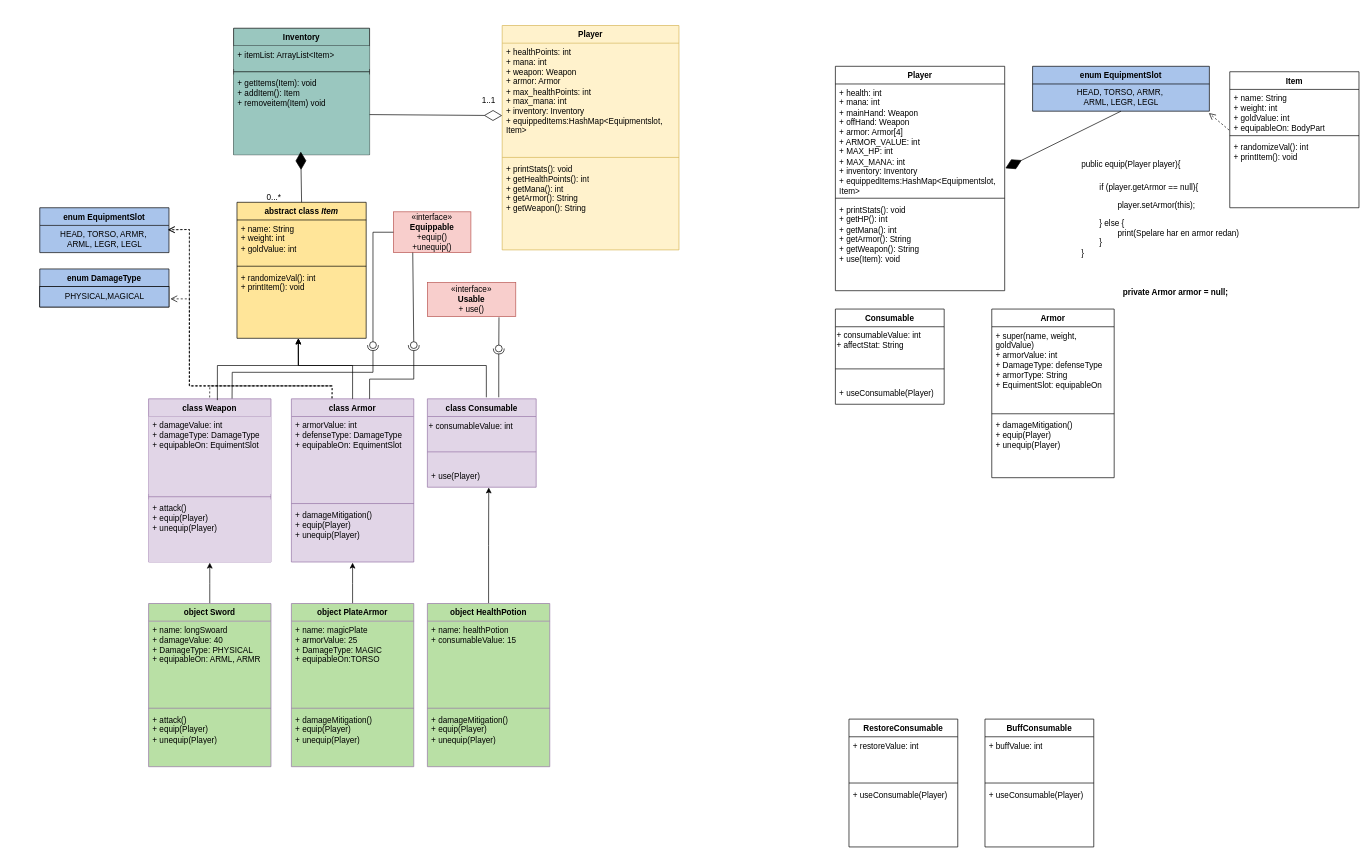
Earlier version of the draw.io diagram .idea/ooad-uml-diagram.drawio (PelleHanspers/ooad-individuell-uppgift-pellehanspers). Source tidied: cells renumbered, new cells numbered last; positions are measured from the earlier drawing's top-left corner, leaving out a move shared by most shapes. Both pictures are drawn from the tidied source at 68%, with x=0, y=0 at pixel (39, 25).
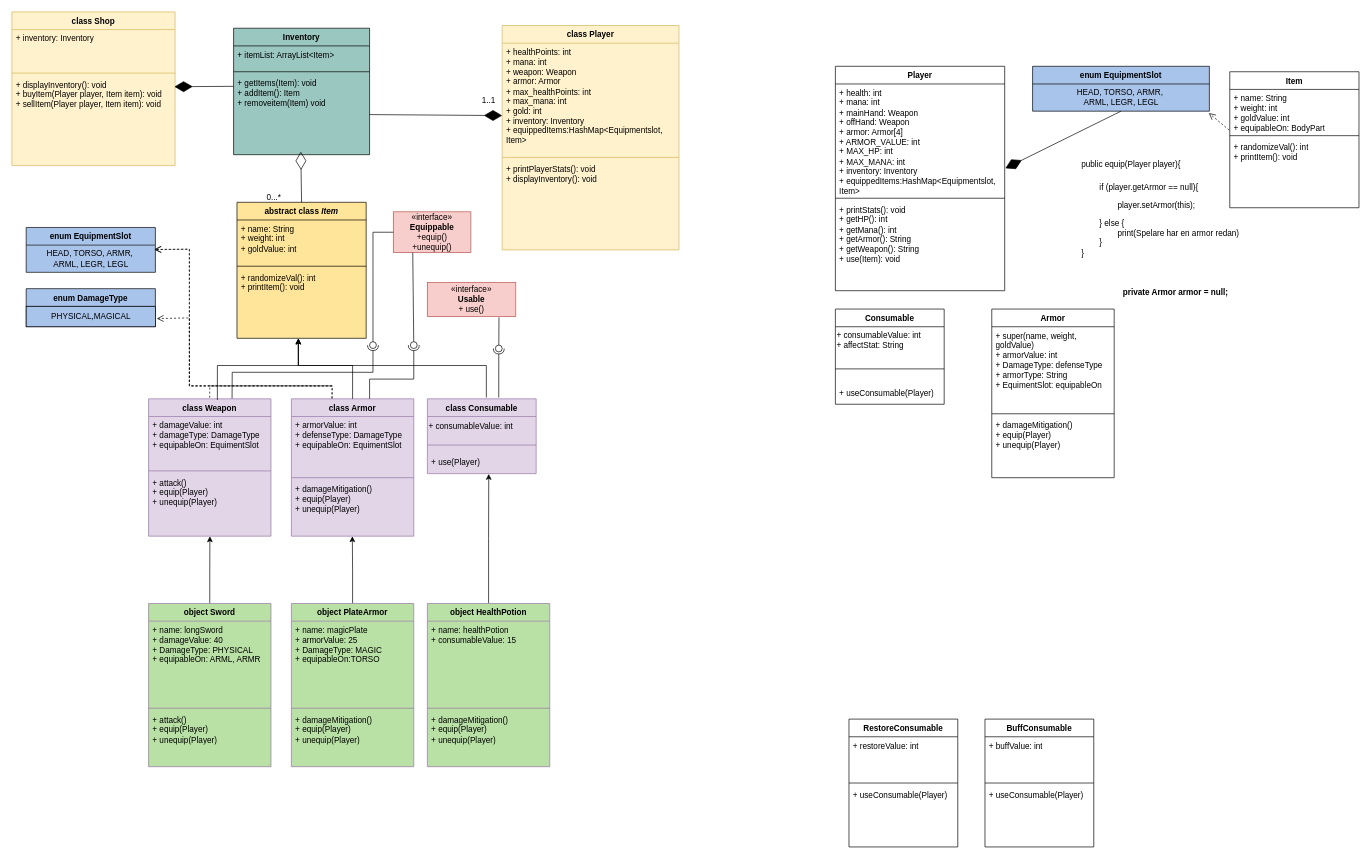
Above is the later version.

The change refers to these unchanged cells:
```xml
<mxCell id="2" value="Inventory" style="swimlane;fontStyle=1;align=center;verticalAlign=top;horizontal=1;startSize=26;whiteSpace=wrap;html=1;fillColor=#9AC7BF;swimlaneFillColor=#9AC7BF;" parent="1" vertex="1">
  <mxGeometry x="285" y="4" width="200" height="186" as="geometry" />
</mxCell>
<mxCell id="6" value="abstract class &lt;i&gt;Item&lt;/i&gt;" style="swimlane;fontStyle=1;align=center;verticalAlign=top;horizontal=1;startSize=26;whiteSpace=wrap;html=1;fillColor=#FFE599;swimlaneFillColor=#FFE599;" parent="1" vertex="1">
  <mxGeometry x="290" y="260" width="190" height="200" as="geometry" />
</mxCell>
<mxCell id="51" value="&lt;div align=&quot;center&quot;&gt;PHYSICAL,MAGICAL&lt;/div&gt;" style="text;html=1;align=center;verticalAlign=middle;points=[];strokeColor=#000000;fillColor=#A9C4EB;" parent="50" vertex="1">
  <mxGeometry y="26" width="190" height="30" as="geometry" />
</mxCell>
<mxCell id="79" value="&lt;div align=&quot;center&quot;&gt;HEAD, TORSO, ARMR,&amp;nbsp;&lt;/div&gt;&lt;div align=&quot;center&quot;&gt;ARML, LEGR, LEGL&lt;/div&gt;" style="text;html=1;align=center;verticalAlign=middle;points=[];strokeColor=none;fillColor=none;" parent="78" vertex="1">
  <mxGeometry y="26" width="190" height="40" as="geometry" />
</mxCell>
<mxCell id="83" value="object Sword " style="swimlane;fontStyle=1;align=center;verticalAlign=top;horizontal=1;startSize=26;whiteSpace=wrap;html=1;fillColor=#B9E0A5;strokeColor=#9673a6;swimlaneFillColor=#B9E0A5;" parent="1" vertex="1">
  <mxGeometry x="160" y="850" width="180" height="240" as="geometry" />
</mxCell>
<mxCell id="88" value="object PlateArmor " style="swimlane;fontStyle=1;align=center;verticalAlign=top;horizontal=1;startSize=26;whiteSpace=wrap;html=1;fillColor=#B9E0A5;strokeColor=#9673a6;swimlaneFillColor=#B9E0A5;" parent="1" vertex="1">
  <mxGeometry x="370" y="850" width="180" height="240" as="geometry" />
</mxCell>
```

What changed in the source:
```diff
@@
-    <mxCell id="3" value="+ itemList: ArrayList&amp;lt;Item&amp;gt;" style="text;strokeColor=none;fillColor=#9AC7BF;align=left;verticalAlign=top;spacingLeft=4;spacingRight=4;overflow=hidden;whiteSpace=wrap;html=1;" parent="2" vertex="1">
+    <mxCell id="3" value="+ itemList: ArrayList&amp;lt;Item&amp;gt;" style="text;strokeColor=none;fillColor=none;align=left;verticalAlign=top;spacingLeft=4;spacingRight=4;overflow=hidden;whiteSpace=wrap;html=1;" parent="2" vertex="1">
       <mxGeometry y="26" width="200" height="34" as="geometry" />
     </mxCell>
@@
-    <mxCell id="5" value="&lt;div&gt;&lt;span style=&quot;background-color: initial; color: rgb(0, 0, 0); --darkreader-inline-bgcolor: initial; --darkreader-inline-color: #e8e6e3;&quot;&gt;+ getItems(Item): void&lt;/span&gt;&lt;br&gt;&lt;/div&gt;&lt;div&gt;+ addItem(): Item&lt;br&gt;&lt;/div&gt;&lt;div&gt;+ removeitem(Item) void&lt;br&gt;&lt;/div&gt;" style="text;strokeColor=none;fillColor=#9AC7BF;align=left;verticalAlign=top;spacingLeft=4;spacingRight=4;overflow=hidden;points=[[0,0.5],[1,0.5]];portConstraint=eastwest;whiteSpace=wrap;html=1;" parent="2" vertex="1">
+    <mxCell id="5" value="&lt;div&gt;&lt;span style=&quot;background-color: initial; color: rgb(0, 0, 0); --darkreader-inline-bgcolor: initial; --darkreader-inline-color: #e8e6e3;&quot;&gt;+ getItems(Item): void&lt;/span&gt;&lt;br&gt;&lt;/div&gt;&lt;div&gt;+ addItem(): Item&lt;br&gt;&lt;/div&gt;&lt;div&gt;+ removeitem(Item) void&lt;br&gt;&lt;/div&gt;" style="text;strokeColor=none;fillColor=none;align=left;verticalAlign=top;spacingLeft=4;spacingRight=4;overflow=hidden;points=[[0,0.5],[1,0.5]];portConstraint=eastwest;whiteSpace=wrap;html=1;" parent="2" vertex="1">
       <mxGeometry y="68" width="200" height="118" as="geometry" />
     </mxCell>
@@
     <mxCell id="10" value="class Armor" style="swimlane;fontStyle=1;align=center;verticalAlign=top;horizontal=1;startSize=26;whiteSpace=wrap;html=1;fillColor=#e1d5e7;strokeColor=#9673a6;swimlaneFillColor=#E1D5E7;" parent="1" vertex="1">
-      <mxGeometry x="370" y="549" width="180" height="240" as="geometry" />
+      <mxGeometry x="370" y="549" width="180" height="202" as="geometry" />
     </mxCell>
     <mxCell id="11" value="&lt;div&gt;+ armorValue: int&lt;/div&gt;&lt;div&gt;+ defenseType: DamageType&lt;/div&gt;&lt;div&gt;+ equipableOn: EquimentSlot&lt;/div&gt;" style="text;strokeColor=none;fillColor=none;align=left;verticalAlign=top;spacingLeft=4;spacingRight=4;overflow=hidden;whiteSpace=wrap;html=1;" parent="10" vertex="1">
-      <mxGeometry y="26" width="180" height="124" as="geometry" />
+      <mxGeometry y="26" width="180" height="86" as="geometry" />
     </mxCell>
     <mxCell id="12" style="line;strokeWidth=1;fillColor=none;align=left;verticalAlign=middle;spacingTop=-1;spacingLeft=3;spacingRight=3;labelPosition=right;strokeColor=#9673A6;" parent="10" vertex="1">
-      <mxGeometry y="150" width="180" height="8" as="geometry" />
+      <mxGeometry y="112" width="180" height="8" as="geometry" />
     </mxCell>
     <mxCell id="13" value="&lt;div&gt;+ damageMitigation()&lt;br&gt;&lt;/div&gt;&lt;div&gt;&lt;div&gt;+ equip(Player)&lt;/div&gt;&lt;div&gt;+ unequip(Player)&lt;/div&gt;&lt;/div&gt;" style="text;strokeColor=none;fillColor=none;align=left;verticalAlign=top;spacingLeft=4;spacingRight=4;overflow=hidden;points=[[0,0.5],[1,0.5]];portConstraint=eastwest;whiteSpace=wrap;html=1;" parent="10" vertex="1">
-      <mxGeometry y="158" width="180" height="82" as="geometry" />
+      <mxGeometry y="120" width="180" height="82" as="geometry" />
     </mxCell>
     <mxCell id="14" value="class Consumable" style="swimlane;fontStyle=1;align=center;verticalAlign=top;horizontal=1;startSize=26;whiteSpace=wrap;html=1;fillColor=#e1d5e7;strokeColor=#9673a6;swimlaneFillColor=#E1D5E7;" parent="1" vertex="1">
-      <mxGeometry x="570" y="549" width="160" height="130" as="geometry" />
+      <mxGeometry x="570" y="549" width="160" height="110" as="geometry" />
     </mxCell>
@@
     <mxCell id="16" style="line;strokeWidth=1;fillColor=none;align=left;verticalAlign=middle;spacingTop=-1;spacingLeft=3;spacingRight=3;labelPosition=right;strokeColor=inherit;" parent="14" vertex="1">
-      <mxGeometry y="56" width="160" height="44" as="geometry" />
+      <mxGeometry y="56" width="160" height="24" as="geometry" />
     </mxCell>
     <mxCell id="17" value="+ use(Player)" style="text;strokeColor=none;fillColor=none;align=left;verticalAlign=top;spacingLeft=4;spacingRight=4;overflow=hidden;points=[[0,0.5],[1,0.5]];portConstraint=eastwest;whiteSpace=wrap;html=1;" parent="14" vertex="1">
-      <mxGeometry y="100" width="160" height="30" as="geometry" />
+      <mxGeometry y="80" width="160" height="30" as="geometry" />
     </mxCell>
@@
-    <mxCell id="21" style="endArrow=diamondThin;endFill=1;endSize=24;html=1;rounded=0;exitX=0.5;exitY=0;exitDx=0;exitDy=0;entryX=0.494;entryY=0.962;entryDx=0;entryDy=0;entryPerimeter=0;" parent="1" edge="1" source="6" target="5">
+    <mxCell id="21" style="endArrow=diamondThin;endFill=0;endSize=24;html=1;rounded=0;exitX=0.5;exitY=0;exitDx=0;exitDy=0;entryX=0.494;entryY=0.962;entryDx=0;entryDy=0;entryPerimeter=0;" parent="1" edge="1" source="6" target="5">
       <mxGeometry relative="1" as="geometry" />
     </mxCell>
@@
     <mxCell id="39" value="class Weapon" style="swimlane;fontStyle=1;align=center;verticalAlign=top;horizontal=1;startSize=26;whiteSpace=wrap;html=1;fillColor=#E1D5E7;swimlaneFillColor=#E1D5E7;strokeColor=#9673A6;" parent="1" vertex="1">
-      <mxGeometry x="160" y="549" width="180" height="240" as="geometry" />
+      <mxGeometry x="160" y="549" width="180" height="202" as="geometry" />
     </mxCell>
-    <mxCell id="40" value="&lt;div&gt;+ damageValue: int&lt;/div&gt;&lt;div&gt;+ damageType: DamageType&lt;/div&gt;&lt;div&gt;+ equipableOn: EquimentSlot&lt;br&gt;&lt;/div&gt;&lt;div&gt;&lt;br&gt;&lt;/div&gt;" style="text;strokeColor=none;fillColor=#E1D5E7;align=left;verticalAlign=top;spacingLeft=4;spacingRight=4;overflow=hidden;whiteSpace=wrap;html=1;" parent="39" vertex="1">
-      <mxGeometry y="26" width="180" height="114" as="geometry" />
+    <mxCell id="40" value="&lt;div&gt;+ damageValue: int&lt;/div&gt;&lt;div&gt;+ damageType: DamageType&lt;/div&gt;&lt;div&gt;+ equipableOn: EquimentSlot&lt;br&gt;&lt;/div&gt;&lt;div&gt;&lt;br&gt;&lt;/div&gt;" style="text;strokeColor=none;fillColor=none;align=left;verticalAlign=top;spacingLeft=4;spacingRight=4;overflow=hidden;whiteSpace=wrap;html=1;" parent="39" vertex="1">
+      <mxGeometry y="26" width="180" height="76" as="geometry" />
     </mxCell>
     <mxCell id="41" style="line;strokeWidth=1;fillColor=#E1D5E7;align=left;verticalAlign=middle;spacingTop=-1;spacingLeft=3;spacingRight=3;labelPosition=right;strokeColor=#9673A6;fillStyle=auto;perimeterSpacing=0;" parent="39" vertex="1">
-      <mxGeometry y="140" width="180" height="8" as="geometry" />
+      <mxGeometry y="102" width="180" height="8" as="geometry" />
     </mxCell>
-    <mxCell id="42" value="&lt;div&gt;+ attack()&lt;/div&gt;&lt;div&gt;&lt;div&gt;+ equip(Player)&lt;/div&gt;&lt;div&gt;+ unequip(Player)&lt;/div&gt;&lt;/div&gt;" style="text;strokeColor=none;fillColor=#E1D5E7;align=left;verticalAlign=top;spacingLeft=4;spacingRight=4;overflow=hidden;points=[[0,0.5],[1,0.5]];portConstraint=eastwest;whiteSpace=wrap;html=1;" parent="39" vertex="1">
-      <mxGeometry y="148" width="180" height="92" as="geometry" />
+    <mxCell id="42" value="&lt;div&gt;+ attack()&lt;/div&gt;&lt;div&gt;&lt;div&gt;+ equip(Player)&lt;/div&gt;&lt;div&gt;+ unequip(Player)&lt;/div&gt;&lt;/div&gt;" style="text;strokeColor=none;fillColor=none;align=left;verticalAlign=top;spacingLeft=4;spacingRight=4;overflow=hidden;points=[[0,0.5],[1,0.5]];portConstraint=eastwest;whiteSpace=wrap;html=1;" parent="39" vertex="1">
+      <mxGeometry y="110" width="180" height="92" as="geometry" />
     </mxCell>
-    <mxCell id="43" value="Player" style="swimlane;fontStyle=1;align=center;verticalAlign=top;horizontal=1;startSize=26;whiteSpace=wrap;html=1;fillColor=#fff2cc;strokeColor=#d6b656;swimlaneFillColor=#FFF2CC;" parent="1" vertex="1">
+    <mxCell id="43" value="class Player" style="swimlane;fontStyle=1;align=center;verticalAlign=top;horizontal=1;startSize=26;whiteSpace=wrap;html=1;fillColor=#fff2cc;strokeColor=#d6b656;swimlaneFillColor=#FFF2CC;" parent="1" vertex="1">
       <mxGeometry x="680" width="260" height="330" as="geometry" />
     </mxCell>
-    <mxCell id="44" value="+ healthPoints: int&lt;div&gt;+ mana: int&lt;/div&gt;&lt;div&gt;+ weapon: Weapon&lt;/div&gt;&lt;div&gt;+ armor: Armor&lt;/div&gt;&lt;div&gt;+ max_healthPoints: int&lt;/div&gt;&lt;div&gt;+ max_mana: int&lt;/div&gt;&lt;div&gt;+ inventory: Inventory&lt;/div&gt;&lt;div&gt;&lt;div&gt;+ equippedItems:HashMap&amp;lt;Equipmentslot, Item&amp;gt;&lt;/div&gt;&lt;/div&gt;" style="text;strokeColor=none;fillColor=none;align=left;verticalAlign=top;spacingLeft=4;spacingRight=4;overflow=hidden;points=[[0,0.5],[1,0.5]];portConstraint=eastwest;whiteSpace=wrap;html=1;" parent="43" vertex="1">
+    <mxCell id="44" value="+ healthPoints: int&lt;div&gt;+ mana: int&lt;/div&gt;&lt;div&gt;+ weapon: Weapon&lt;/div&gt;&lt;div&gt;+ armor: Armor&lt;/div&gt;&lt;div&gt;+ max_healthPoints: int&lt;/div&gt;&lt;div&gt;+ max_mana: int&lt;/div&gt;&lt;div&gt;+ gold: int&lt;br&gt;&lt;/div&gt;&lt;div&gt;+ inventory: Inventory&lt;/div&gt;&lt;div&gt;&lt;div&gt;+ equippedItems:HashMap&amp;lt;Equipmentslot, Item&amp;gt;&lt;/div&gt;&lt;/div&gt;" style="text;strokeColor=none;fillColor=none;align=left;verticalAlign=top;spacingLeft=4;spacingRight=4;overflow=hidden;points=[[0,0.5],[1,0.5]];portConstraint=eastwest;whiteSpace=wrap;html=1;" parent="43" vertex="1">
       <mxGeometry y="26" width="260" height="164" as="geometry" />
     </mxCell>
@@
-    <mxCell id="46" value="+ printStats(): void&lt;div&gt;+ getHealthPoints(): int&lt;/div&gt;&lt;div&gt;+ getMana(): int&lt;/div&gt;&lt;div&gt;+ getArmor(): String&lt;/div&gt;&lt;div&gt;+ getWeapon(): String&lt;/div&gt;" style="text;strokeColor=none;fillColor=none;align=left;verticalAlign=top;spacingLeft=4;spacingRight=4;overflow=hidden;whiteSpace=wrap;html=1;" parent="43" vertex="1">
+    <mxCell id="46" value="+ printPlayerStats(): void&lt;div&gt;+ displayInventory(): void&lt;br&gt;&lt;/div&gt;" style="text;strokeColor=none;fillColor=none;align=left;verticalAlign=top;spacingLeft=4;spacingRight=4;overflow=hidden;whiteSpace=wrap;html=1;" parent="43" vertex="1">
       <mxGeometry y="198" width="260" height="132" as="geometry" />
     </mxCell>
-    <mxCell id="47" style="endArrow=diamondThin;endFill=0;endSize=24;html=1;rounded=0;entryX=0;entryY=0.649;entryDx=0;entryDy=0;entryPerimeter=0;exitX=1;exitY=0.5;exitDx=0;exitDy=0;" parent="1" edge="1" source="5" target="44">
+    <mxCell id="47" style="endArrow=diamondThin;endFill=1;endSize=24;html=1;rounded=0;entryX=0;entryY=0.649;entryDx=0;entryDy=0;entryPerimeter=0;exitX=1;exitY=0.5;exitDx=0;exitDy=0;" parent="1" edge="1" source="5" target="44">
       <mxGeometry relative="1" as="geometry" />
     </mxCell>
@@
     <mxCell id="50" value="enum DamageType" style="swimlane;fontStyle=1;align=center;verticalAlign=top;horizontal=1;startSize=26;whiteSpace=wrap;html=1;strokeColor=#000000;fillColor=#A9C4EB;swimlaneFillColor=#A9C4EB;" parent="1" vertex="1">
-      <mxGeometry y="358" width="190" height="56" as="geometry" />
+      <mxGeometry x="-20" y="387" width="190" height="56" as="geometry" />
     </mxCell>
@@
     <mxCell id="69" style="html=1;verticalAlign=bottom;endArrow=open;dashed=1;endSize=8;curved=0;rounded=0;entryX=1.011;entryY=0.6;entryDx=0;entryDy=0;exitX=0.332;exitY=-0.003;exitDx=0;exitDy=0;exitPerimeter=0;entryPerimeter=0;" parent="1" edge="1" source="10" target="51">
       <mxGeometry relative="1" as="geometry">
         <Array as="points">
           <mxPoint x="430" y="530" />
           <mxPoint x="220" y="530" />
-          <mxPoint x="220" y="402" />
+          <mxPoint x="220" y="430" />
         </Array>
       </mxGeometry>
     </mxCell>
@@
     <mxCell id="78" value="enum EquipmentSlot" style="swimlane;fontStyle=1;align=center;verticalAlign=top;horizontal=1;startSize=26;whiteSpace=wrap;html=1;fillColor=#A9C4EB;swimlaneFillColor=#A9C4EB;" parent="1" vertex="1">
-      <mxGeometry y="268" width="190" height="66" as="geometry" />
+      <mxGeometry x="-20" y="297" width="190" height="66" as="geometry" />
     </mxCell>
@@
     <mxCell id="80" style="html=1;verticalAlign=bottom;endArrow=open;dashed=1;endSize=8;curved=0;rounded=0;exitX=0.332;exitY=-0.003;exitDx=0;exitDy=0;exitPerimeter=0;entryX=0.992;entryY=0.16;entryDx=0;entryDy=0;entryPerimeter=0;" parent="1" edge="1" source="10" target="79">
       <mxGeometry relative="1" as="geometry">
         <Array as="points">
           <mxPoint x="430" y="530" />
           <mxPoint x="220" y="530" />
           <mxPoint x="220" y="417" />
           <mxPoint x="220" y="380" />
-          <mxPoint x="220" y="300" />
+          <mxPoint x="220" y="329" />
         </Array>
       </mxGeometry>
     </mxCell>
     <mxCell id="81" style="html=1;verticalAlign=bottom;endArrow=open;dashed=1;endSize=8;curved=0;rounded=0;entryX=0.992;entryY=0.16;entryDx=0;entryDy=0;entryPerimeter=0;exitX=0.499;exitY=-0.008;exitDx=0;exitDy=0;exitPerimeter=0;" parent="1" edge="1" source="39" target="79">
       <mxGeometry relative="1" as="geometry">
         <Array as="points">
           <mxPoint x="250" y="530" />
           <mxPoint x="430" y="530" />
           <mxPoint x="220" y="530" />
           <mxPoint x="220" y="417" />
           <mxPoint x="220" y="380" />
-          <mxPoint x="220" y="300" />
+          <mxPoint x="220" y="329" />
         </Array>
       </mxGeometry>
     </mxCell>
-    <mxCell id="82" style="edgeStyle=orthogonalEdgeStyle;rounded=0;jettySize=auto;html=1;" parent="1" edge="1" source="83">
-      <mxGeometry relative="1" as="geometry">
-        <mxPoint x="250" y="790" as="targetPoint" />
-      </mxGeometry>
+    <mxCell id="82" style="edgeStyle=orthogonalEdgeStyle;rounded=0;jettySize=auto;html=1;entryX=0.501;entryY=1.002;entryDx=0;entryDy=0;entryPerimeter=0;" parent="1" edge="1" source="83" target="42">
+      <mxGeometry relative="1" as="geometry" />
     </mxCell>
@@
-    <mxCell id="84" value="&lt;div&gt;+ name: longSwoard&lt;br&gt;&lt;/div&gt;&lt;div&gt;+&amp;nbsp;damageValue: 40&lt;br&gt;&lt;/div&gt;&lt;div&gt;+ DamageType: PHYSICAL &lt;/div&gt;&lt;div&gt;+ equipableOn: ARML, ARMR&lt;br&gt;&lt;/div&gt;" style="text;strokeColor=none;fillColor=none;align=left;verticalAlign=top;spacingLeft=4;spacingRight=4;overflow=hidden;whiteSpace=wrap;html=1;" parent="83" vertex="1">
+    <mxCell id="84" value="&lt;div&gt;+ name: longSword&lt;br&gt;&lt;/div&gt;&lt;div&gt;+&amp;nbsp;damageValue: 40&lt;br&gt;&lt;/div&gt;&lt;div&gt;+ DamageType: PHYSICAL &lt;/div&gt;&lt;div&gt;+ equipableOn: ARML, ARMR&lt;br&gt;&lt;/div&gt;" style="text;strokeColor=none;fillColor=none;align=left;verticalAlign=top;spacingLeft=4;spacingRight=4;overflow=hidden;whiteSpace=wrap;html=1;" parent="83" vertex="1">
       <mxGeometry y="26" width="180" height="124" as="geometry" />
     </mxCell>
@@
-    <mxCell id="87" style="edgeStyle=orthogonalEdgeStyle;rounded=0;jettySize=auto;html=1;exitX=0.5;exitY=0;exitDx=0;exitDy=0;" parent="1" edge="1" source="88">
-      <mxGeometry relative="1" as="geometry">
-        <mxPoint x="460" y="790" as="targetPoint" />
-      </mxGeometry>
+    <mxCell id="87" style="edgeStyle=orthogonalEdgeStyle;rounded=0;jettySize=auto;html=1;exitX=0.5;exitY=0;exitDx=0;exitDy=0;entryX=0.498;entryY=1.002;entryDx=0;entryDy=0;entryPerimeter=0;" parent="1" edge="1" source="88" target="13">
+      <mxGeometry relative="1" as="geometry" />
     </mxCell>
@@
+    <mxCell id="97" value="class Shop" style="swimlane;fontStyle=1;align=center;verticalAlign=top;horizontal=1;startSize=26;whiteSpace=wrap;html=1;fillColor=#fff2cc;strokeColor=#d6b656;swimlaneFillColor=#FFF2CC;" parent="1" vertex="1">
+      <mxGeometry x="-41" y="-20" width="240" height="226" as="geometry" />
+    </mxCell>
+    <mxCell id="98" value="+ inventory: Inventory" style="text;strokeColor=none;fillColor=none;align=left;verticalAlign=top;spacingLeft=4;spacingRight=4;overflow=hidden;whiteSpace=wrap;html=1;" parent="97" vertex="1">
+      <mxGeometry y="26" width="240" height="60" as="geometry" />
+    </mxCell>
+    <mxCell id="99" style="line;strokeWidth=1;fillColor=none;align=left;verticalAlign=middle;spacingTop=-1;spacingLeft=3;spacingRight=3;labelPosition=right;strokeColor=inherit;" parent="97" vertex="1">
+      <mxGeometry y="86" width="240" height="8" as="geometry" />
+    </mxCell>
+    <mxCell id="100" value="&lt;div&gt;+ displayInventory(): void&lt;/div&gt;&lt;div&gt;+ buyItem(Player player, Item item): void&lt;/div&gt;&lt;div&gt;+ sellItem(Player player, Item item): void&lt;br&gt;&lt;/div&gt;" style="text;strokeColor=none;fillColor=none;align=left;verticalAlign=top;spacingLeft=4;spacingRight=4;overflow=hidden;whiteSpace=wrap;html=1;" parent="97" vertex="1">
+      <mxGeometry y="94" width="240" height="132" as="geometry" />
+    </mxCell>
+    <mxCell id="101" style="endArrow=diamondThin;endFill=1;endSize=24;html=1;rounded=0;exitX=-0.001;exitY=0.148;exitDx=0;exitDy=0;exitPerimeter=0;" parent="1" edge="1" source="5">
+      <mxGeometry relative="1" as="geometry">
+        <mxPoint x="198" y="90" as="targetPoint" />
+      </mxGeometry>
+    </mxCell>
```
